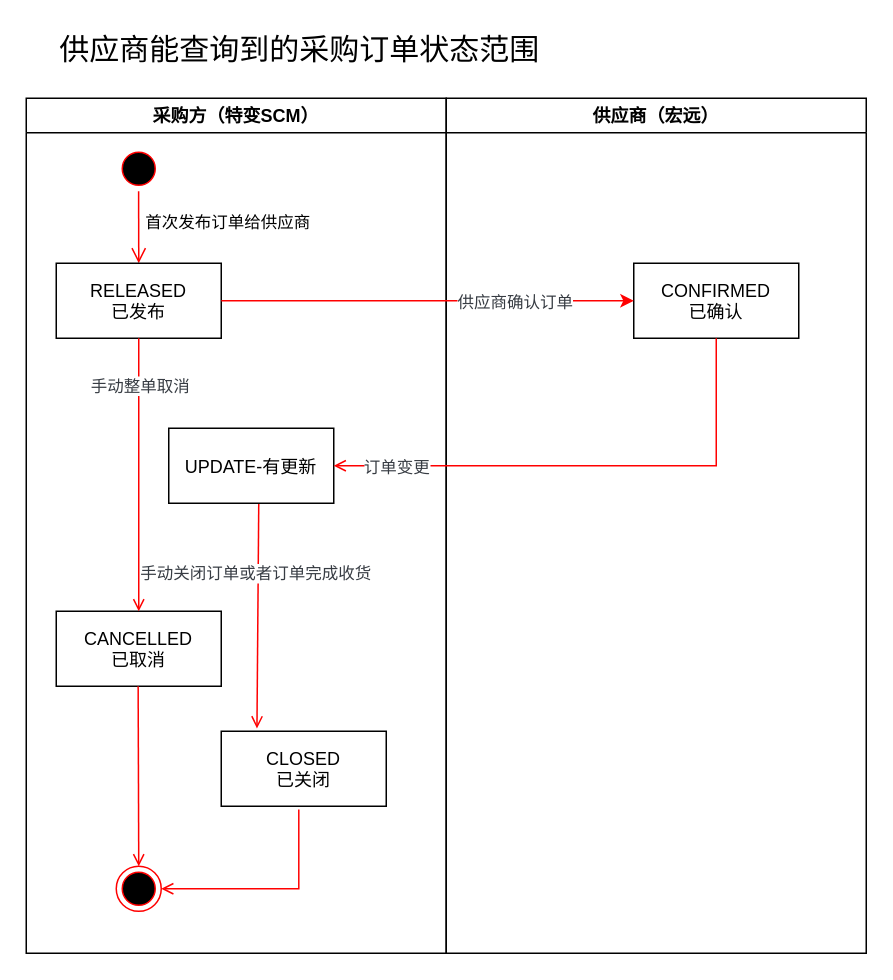
The draw.io diagram page "SCM-采购订单状态" (5 of 7) of 业务系统/fc/特变方案图.drawio in Utihbi/pics, before the edit. Source tidied: cells renumbered, new cells numbered last; positions are measured from the earlier drawing's top-left corner, leaving out a move shared by most shapes. Both pictures are drawn from the tidied source at 150%, with x=0, y=0 at pixel (26, 26).
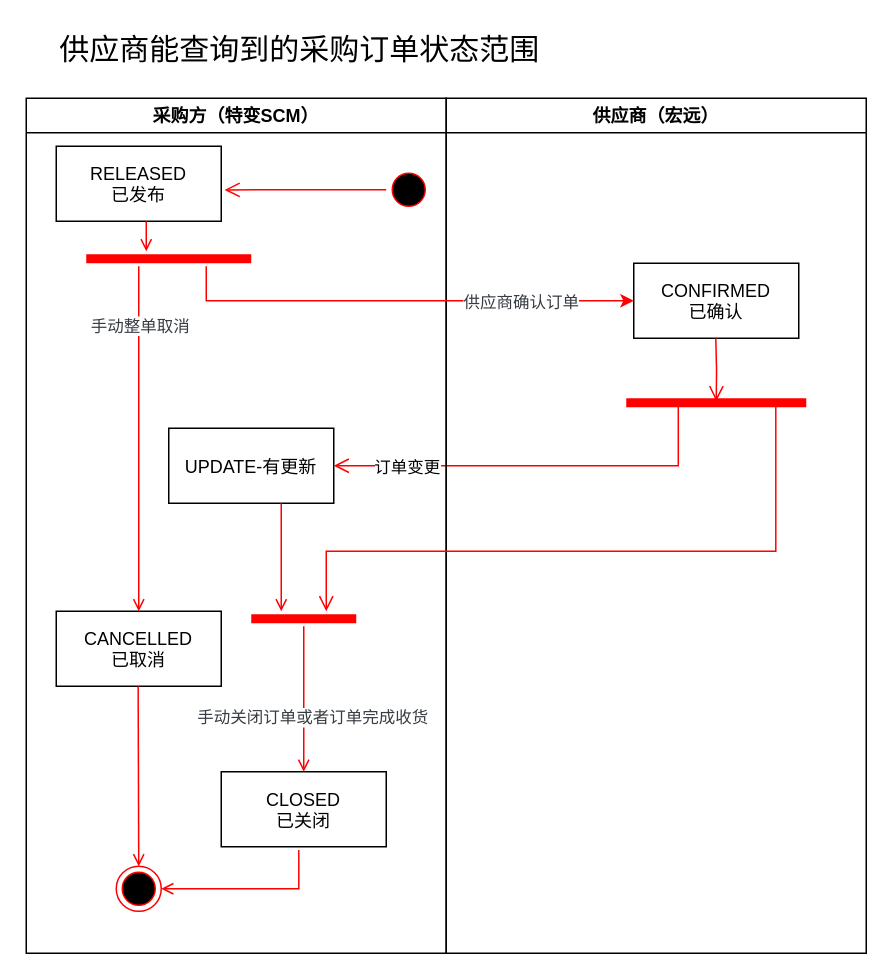
The same diagram, later.

Commit message:
订单状态更新

The change refers to these unchanged cells:
```xml
<mxCell id="2" value="采购方（特变SCM）" style="swimlane;whiteSpace=wrap;" parent="1" vertex="1">
  <mxGeometry y="48" width="280" height="570" as="geometry" />
</mxCell>
<mxCell id="6" value="CANCELLED&#10;已取消" parent="2" vertex="1">
  <mxGeometry x="20" y="342" width="110" height="50" as="geometry" />
</mxCell>
<mxCell id="12" value="UPDATE-有更新" parent="2" vertex="1">
  <mxGeometry x="95" y="220" width="110" height="50" as="geometry" />
</mxCell>
<mxCell id="16" value="供应商（宏远）" style="swimlane;whiteSpace=wrap;" parent="1" vertex="1">
  <mxGeometry x="280" y="48" width="280" height="570" as="geometry" />
</mxCell>
<mxCell id="17" value="CONFIRMED&#10;已确认" parent="16" vertex="1">
  <mxGeometry x="125" y="110" width="110" height="50" as="geometry" />
</mxCell>
```

What changed in the source:
```diff
@@
     <mxCell id="3" style="ellipse;shape=startState;fillColor=#000000;strokeColor=#ff0000;" parent="2" vertex="1">
-      <mxGeometry x="60" y="32" width="30" height="30" as="geometry" />
+      <mxGeometry x="240" y="46" width="30" height="30" as="geometry" />
     </mxCell>
-    <mxCell id="4" value="首次发布订单给供应商" style="edgeStyle=elbowEdgeStyle;elbow=horizontal;verticalAlign=bottom;endArrow=open;endSize=8;strokeColor=#FF0000;endFill=1;rounded=0;" parent="2" edge="1">
+    <mxCell id="4" style="edgeStyle=elbowEdgeStyle;elbow=horizontal;verticalAlign=bottom;endArrow=open;endSize=8;strokeColor=#FF0000;endFill=1;rounded=0;entryX=1.02;entryY=0.582;entryDx=0;entryDy=0;entryPerimeter=0;exitX=0;exitY=0.5;exitDx=0;exitDy=0;" parent="2" edge="1" source="3" target="5">
       <mxGeometry as="geometry">
-        <mxPoint x="74.9" y="62" as="sourcePoint" />
-        <mxPoint x="74.7" y="110" as="targetPoint" />
         <mxPoint x="60" y="6" as="offset" />
       </mxGeometry>
     </mxCell>
     <mxCell id="5" value="RELEASED&#10;已发布" parent="2" vertex="1">
-      <mxGeometry x="20" y="110" width="110" height="50" as="geometry" />
+      <mxGeometry x="20" y="32" width="110" height="50" as="geometry" />
     </mxCell>
@@
-    <mxCell id="7" style="endArrow=open;strokeColor=#FF0000;endFill=1;rounded=0;" parent="2" edge="1" source="5" target="6">
-      <mxGeometry relative="1" as="geometry" />
+    <mxCell id="7" style="endArrow=open;strokeColor=#FF0000;endFill=1;rounded=0;" parent="2" edge="1" target="6">
+      <mxGeometry relative="1" as="geometry">
+        <mxPoint x="75" y="112" as="sourcePoint" />
+      </mxGeometry>
     </mxCell>
@@
     <mxCell id="9" value="CLOSED&#10;已关闭" parent="2" vertex="1">
-      <mxGeometry x="130" y="422" width="110" height="50" as="geometry" />
+      <mxGeometry x="130" y="449" width="110" height="50" as="geometry" />
     </mxCell>
-    <mxCell id="10" style="endArrow=open;strokeColor=#FF0000;endFill=1;rounded=0;entryX=0.216;entryY=0.003;entryDx=0;entryDy=0;entryPerimeter=0;" parent="2" edge="1">
+    <mxCell id="10" style="endArrow=open;strokeColor=#FF0000;endFill=1;rounded=0;entryX=0.5;entryY=0;entryDx=0;entryDy=0;" parent="2" edge="1" target="9">
       <mxGeometry relative="1" as="geometry">
-        <mxPoint x="155" y="270" as="sourcePoint" />
-        <mxPoint x="153.8" y="420.1" as="targetPoint" />
+        <mxPoint x="185" y="352" as="sourcePoint" />
       </mxGeometry>
     </mxCell>
     <mxCell id="11" value="&lt;span style=&quot;mso-spacerun:'yes';font-family:等线;color:rgb(55,60,67);&lt;br/&gt;font-size:9.5000pt;mso-font-kerning:0.0000pt;&quot;&gt;手动关闭订单或者订单完成收货&lt;/span&gt;" style="edgeLabel;html=1;align=center;verticalAlign=middle;" parent="10" vertex="1">
-      <mxGeometry x="-0.37" y="-2" relative="1" as="geometry" />
+      <mxGeometry x="-0.37" y="-2" relative="1" as="geometry">
+        <mxPoint x="7" y="29" as="offset" />
+      </mxGeometry>
     </mxCell>
@@
+    <mxCell id="23" style="edgeStyle=orthogonalEdgeStyle;html=1;verticalAlign=bottom;endArrow=open;endSize=8;strokeColor=#ff0000;rounded=0;curved=0;entryX=1;entryY=0.5;entryDx=0;entryDy=0;" parent="2" edge="1" target="12">
+      <mxGeometry relative="1" as="geometry">
+        <mxPoint x="434.7" y="202" as="sourcePoint" />
+        <Array as="points">
+          <mxPoint x="435" y="245" />
+        </Array>
+      </mxGeometry>
+    </mxCell>
+    <mxCell id="24" value="订单变更" style="edgeLabel;html=1;align=center;verticalAlign=middle;" parent="23" vertex="1">
+      <mxGeometry x="0.64" relative="1" as="geometry" />
+    </mxCell>
+    <mxCell id="25" style="shape=line;html=1;strokeWidth=6;strokeColor=#ff0000;" parent="2" vertex="1">
+      <mxGeometry x="150" y="342" width="70" height="10" as="geometry" />
+    </mxCell>
+    <mxCell id="26" style="endArrow=open;strokeColor=#FF0000;endFill=1;rounded=0;" parent="2" edge="1">
+      <mxGeometry relative="1" as="geometry">
+        <mxPoint x="170" y="270" as="sourcePoint" />
+        <mxPoint x="170" y="342" as="targetPoint" />
+      </mxGeometry>
+    </mxCell>
+    <mxCell id="27" style="shape=line;html=1;strokeWidth=6;strokeColor=#ff0000;" parent="2" vertex="1">
+      <mxGeometry x="40" y="102" width="110" height="10" as="geometry" />
+    </mxCell>
+    <mxCell id="28" style="endArrow=open;strokeColor=#FF0000;endFill=1;rounded=0;" parent="2" edge="1">
+      <mxGeometry relative="1" as="geometry">
+        <mxPoint x="80" y="82" as="sourcePoint" />
+        <mxPoint x="80" y="102" as="targetPoint" />
+      </mxGeometry>
+    </mxCell>
@@
+    <mxCell id="29" style="shape=line;html=1;strokeWidth=6;strokeColor=#ff0000;" parent="16" vertex="1">
+      <mxGeometry x="120" y="202" width="120" height="2" as="geometry" />
+    </mxCell>
+    <mxCell id="30" style="edgeStyle=orthogonalEdgeStyle;html=1;verticalAlign=bottom;endArrow=open;endSize=8;strokeColor=#ff0000;rounded=0;" parent="16" edge="1">
+      <mxGeometry relative="1" as="geometry">
+        <mxPoint x="179.7" y="160" as="sourcePoint" />
+        <mxPoint x="180" y="202" as="targetPoint" />
+      </mxGeometry>
+    </mxCell>
+    <mxCell id="31" style="edgeStyle=orthogonalEdgeStyle;html=1;verticalAlign=bottom;endArrow=open;endSize=8;strokeColor=#ff0000;rounded=0;curved=0;" parent="16" edge="1" target="25">
+      <mxGeometry relative="1" as="geometry">
+        <mxPoint x="219.7" y="204" as="sourcePoint" />
+        <Array as="points">
+          <mxPoint x="220" y="302" />
+          <mxPoint x="-80" y="302" />
+        </Array>
+      </mxGeometry>
+    </mxCell>
-    <mxCell id="18" style="edgeStyle=orthogonalEdgeStyle;rounded=0;jettySize=auto;html=1;entryX=0;entryY=0.5;entryDx=0;entryDy=0;strokeColor=light-dark(#ff0000, #ededed);" parent="1" edge="1" source="5" target="17">
-      <mxGeometry relative="1" as="geometry" />
+    <mxCell id="18" style="edgeStyle=orthogonalEdgeStyle;rounded=0;jettySize=auto;html=1;entryX=0;entryY=0.5;entryDx=0;entryDy=0;strokeColor=light-dark(#ff0000, #ededed);" parent="1" edge="1" source="27" target="17">
+      <mxGeometry relative="1" as="geometry">
+        <Array as="points">
+          <mxPoint x="120" y="183" />
+        </Array>
+      </mxGeometry>
     </mxCell>
     <mxCell id="19" value="&lt;span style=&quot;mso-spacerun:'yes';font-family:等线;color:rgb(55,60,67);&lt;br/&gt;font-size:9.5000pt;mso-font-kerning:0.0000pt;&quot;&gt;供应商确认订单&lt;/span&gt;" style="edgeLabel;html=1;align=center;verticalAlign=middle;" parent="18" vertex="1">
       <mxGeometry x="0.36" relative="1" as="geometry">
-        <mxPoint x="8" as="offset" />
+        <mxPoint x="23" as="offset" />
       </mxGeometry>
     </mxCell>
-    <mxCell id="20" style="endArrow=open;strokeColor=#FF0000;endFill=1;rounded=0;curved=0;entryX=1;entryY=0.5;entryDx=0;entryDy=0;" parent="1" edge="1" source="17" target="12">
-      <mxGeometry relative="1" as="geometry">
-        <Array as="points">
-          <mxPoint x="460" y="293" />
-        </Array>
-      </mxGeometry>
-    </mxCell>
-    <mxCell id="21" value="&lt;span style=&quot;mso-spacerun:'yes';font-family:等线;color:rgb(55,60,67);&lt;br/&gt;font-size:9.5000pt;mso-font-kerning:0.0000pt;&quot;&gt;订单变更&lt;/span&gt;" style="edgeLabel;html=1;align=center;verticalAlign=middle;" parent="20" vertex="1">
-      <mxGeometry x="0.83" y="1" relative="1" as="geometry">
-        <mxPoint x="12" y="-1" as="offset" />
-      </mxGeometry>
-    </mxCell>
```
